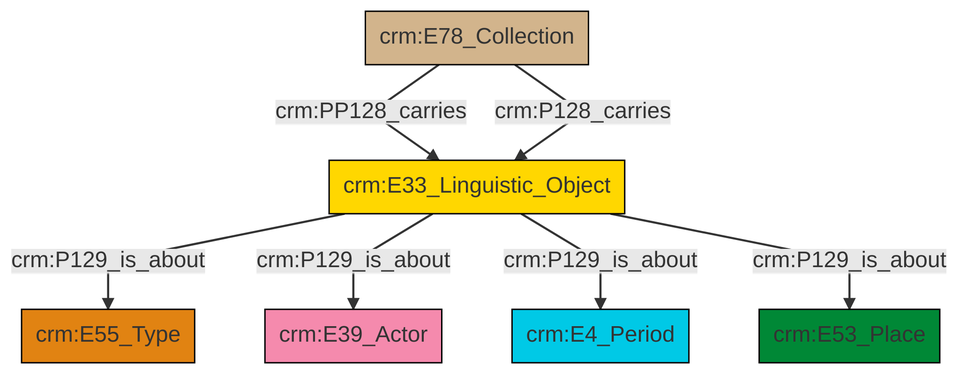
swiss-art-research-net/docs.swissartresearch keeps this Mermaid diagram as et/archivalCSV/ttl/mmd/png/archival_aboutness.png. Above is the earlier version. Its source is kept beside it as et/archivalCSV/ttl/mmd/archival_aboutness.ttl.mmd.
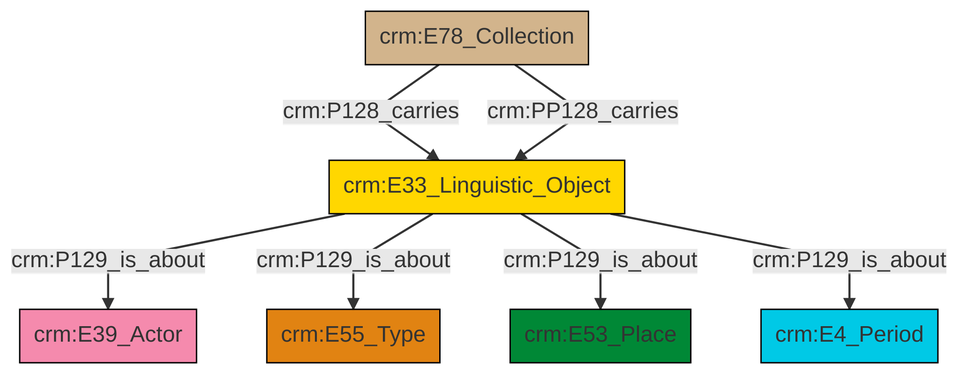
The same file after the commit.

What changed in the source:
```diff
@@ -13,9 +13,9 @@
 classDef PC_Classes fill:#4ce600, stroke:#000000;
 classDef Multi fill:#cccccc,stroke:#000000;
 
-0["crm:E33_Linguistic_Object"]:::Conceptual_Object -->|crm:P129_is_about| 1["crm:E55_Type"]:::Type
-0["crm:E33_Linguistic_Object"]:::Conceptual_Object -->|crm:P129_is_about| 4["crm:E39_Actor"]:::Actor
-0["crm:E33_Linguistic_Object"]:::Conceptual_Object -->|crm:P129_is_about| 5["crm:E4_Period"]:::Temporal_Entity
-0["crm:E33_Linguistic_Object"]:::Conceptual_Object -->|crm:P129_is_about| 2["crm:E53_Place"]:::Place
-7["crm:E78_Collection"]:::Physical_Thing -->|crm:PP128_carries| 0["crm:E33_Linguistic_Object"]:::Conceptual_Object
-7["crm:E78_Collection"]:::Physical_Thing -->|crm:P128_carries| 0["crm:E33_Linguistic_Object"]:::Conceptual_Object
+0["crm:E33_Linguistic_Object"]:::Conceptual_Object -->|crm:P129_is_about| 1["crm:E39_Actor"]:::Actor
+2["crm:E78_Collection"]:::Physical_Thing -->|crm:P128_carries| 0["crm:E33_Linguistic_Object"]:::Conceptual_Object
+2["crm:E78_Collection"]:::Physical_Thing -->|crm:PP128_carries| 0["crm:E33_Linguistic_Object"]:::Conceptual_Object
+0["crm:E33_Linguistic_Object"]:::Conceptual_Object -->|crm:P129_is_about| 4["crm:E55_Type"]:::Type
+0["crm:E33_Linguistic_Object"]:::Conceptual_Object -->|crm:P129_is_about| 7["crm:E53_Place"]:::Place
+0["crm:E33_Linguistic_Object"]:::Conceptual_Object -->|crm:P129_is_about| 10["crm:E4_Period"]:::Temporal_Entity
```
